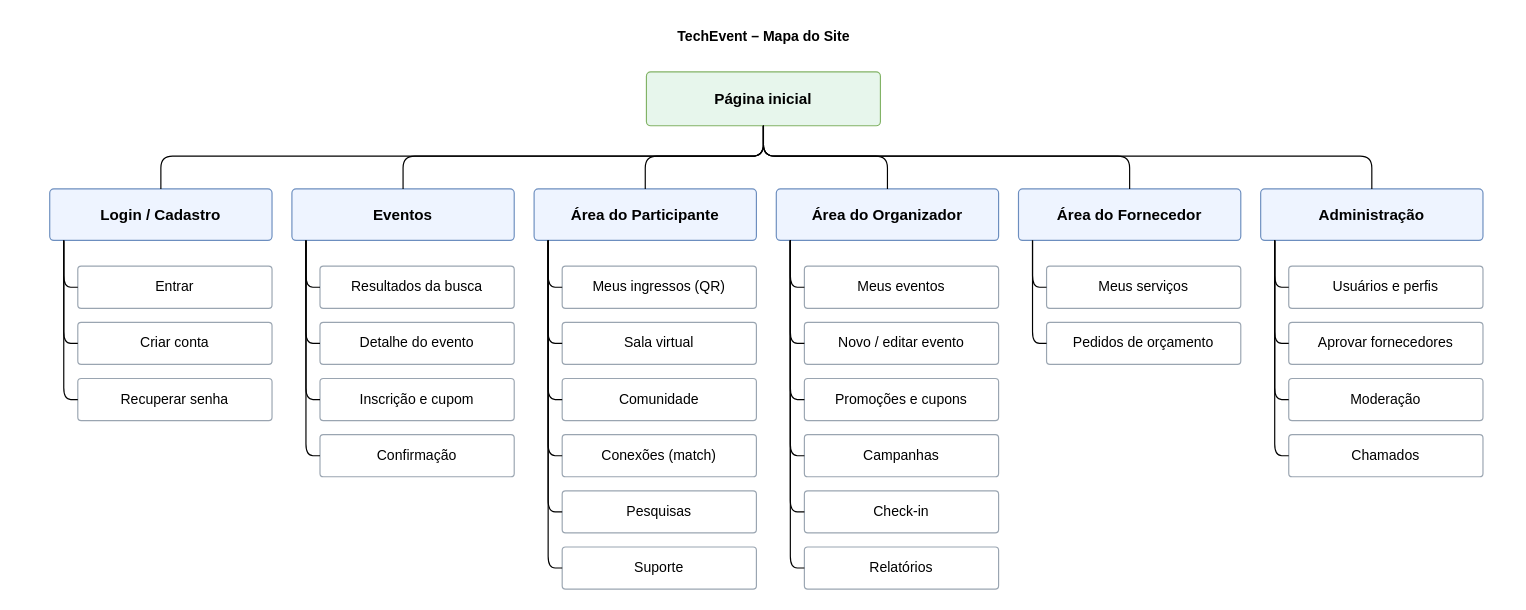
This is diagramas/11_mapa_do_site.drawio from ALMMA-98/EventoTech_Engenharia-de-Software, a draw.io file, before an edit. Source tidied: cells renumbered, new cells numbered last; positions are measured from the earlier drawing's top-left corner, leaving out a move shared by most shapes. Both pictures are drawn from the tidied source at 117%, with x=0, y=0 at pixel (20, 20).
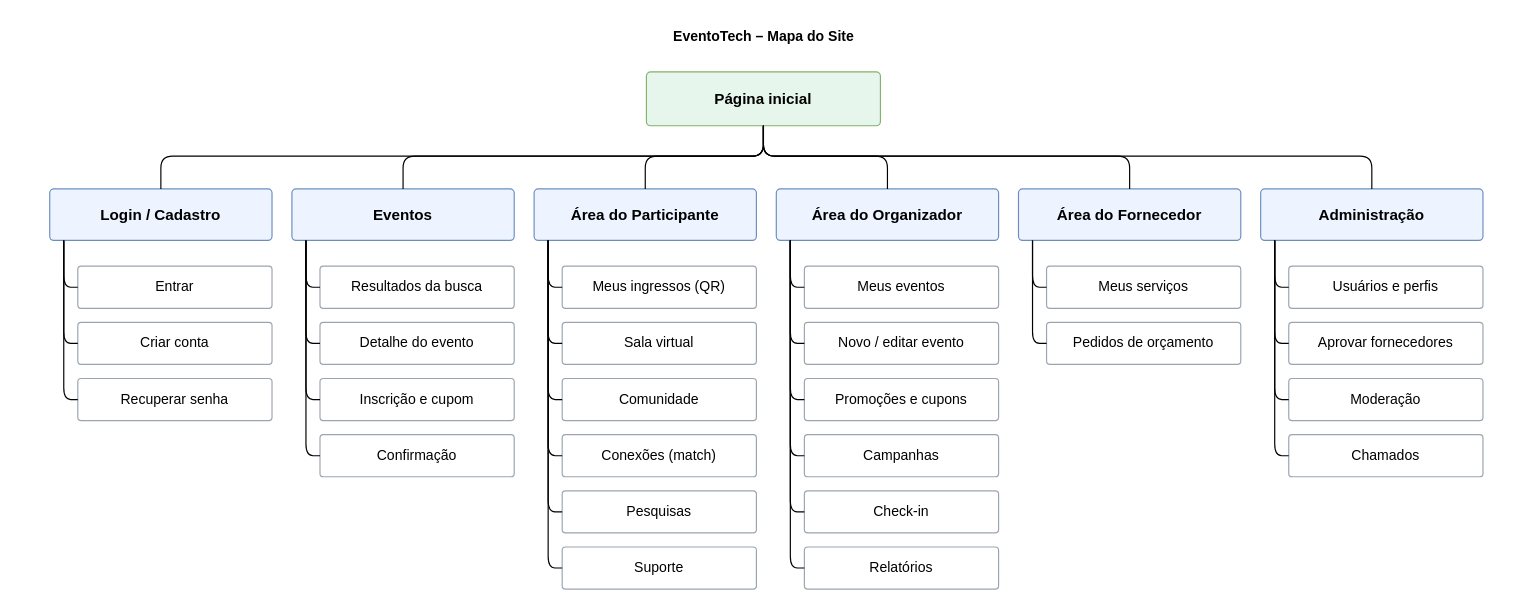
After the change.

The edit, as a diff of the source:
```diff
@@
-    <mxCell id="2" value="TechEvent – Mapa do Site" style="text;html=1;align=center;verticalAlign=middle;strokeColor=none;fillColor=none;fontStyle=1;" parent="1" vertex="1">
+    <mxCell id="2" value="EventoTech – Mapa do Site" style="text;html=1;align=center;verticalAlign=middle;strokeColor=none;fillColor=none;fontStyle=1;" parent="1" vertex="1">
       <mxGeometry width="1270" height="28" as="geometry" />
     </mxCell>
```
